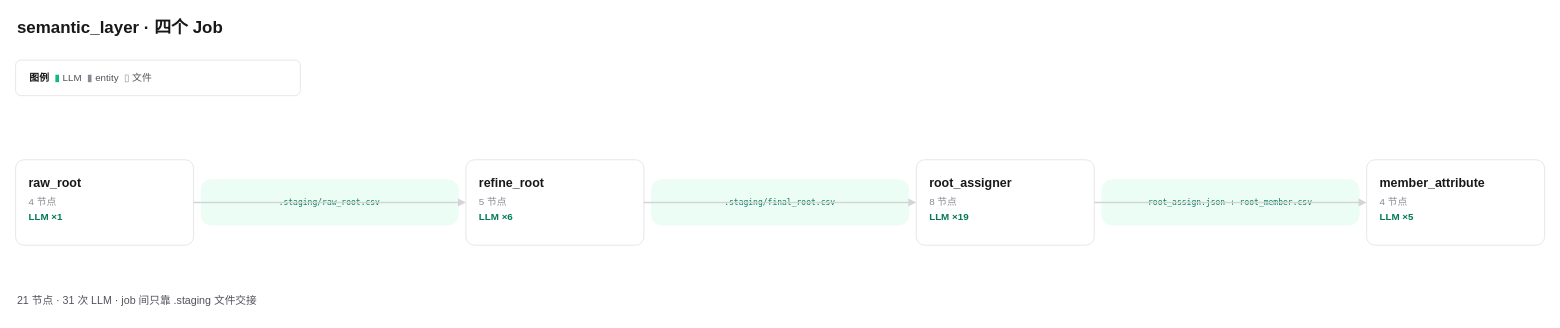
Before: page "overview" (1 of 5) of examples/data-governance/semantic_layer/job-topology.drawio in jixiedev/docorder, a draw.io diagram. Source tidied: cells renumbered, new cells numbered last; positions are measured from the earlier drawing's top-left corner, leaving out a move shared by most shapes. Both pictures are drawn from the tidied source at 89%, with x=0, y=0 at pixel (15, 15).
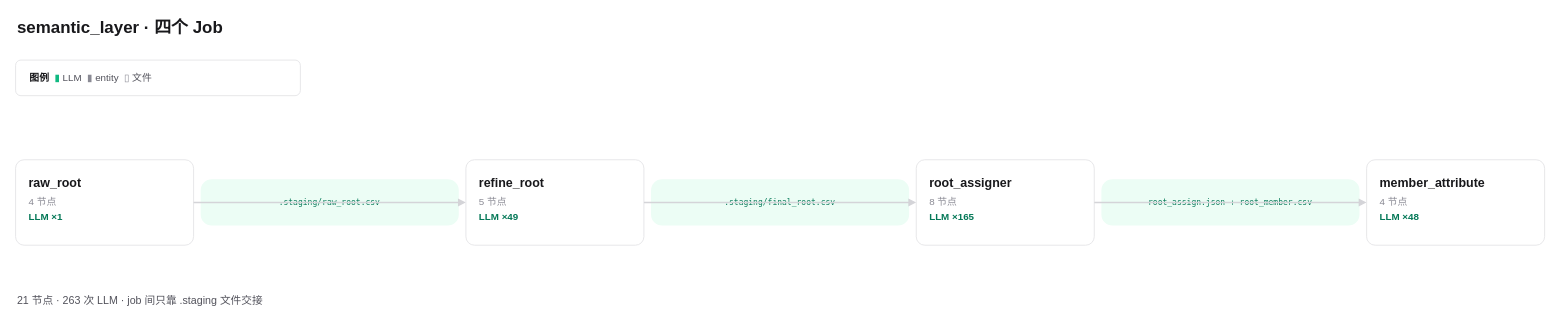
The same diagram, later.

The edit, as a diff of the source:
```diff
@@
 <mxGraphModel>
   <root>
     <mxCell id="0" />
     <mxCell id="1" parent="0" />
     <mxCell id="2" value="semantic_layer · 四个 Job" style="text;html=1;align=left;verticalAlign=middle;strokeColor=none;fillColor=none;fontSize=19;fontColor=#18181B;fontStyle=1;fontFamily=Helvetica;" parent="1" vertex="1">
       <mxGeometry width="520" height="28" as="geometry" />
     </mxCell>
     <mxCell id="3" value="&lt;b style=&quot;color:#18181B&quot;&gt;图例&lt;/b&gt;&amp;nbsp;&amp;nbsp;&lt;span style=&quot;color:#10B981&quot;&gt;▮&lt;/span&gt; LLM&amp;nbsp;&amp;nbsp;&lt;span style=&quot;color:#8A8A94&quot;&gt;▮&lt;/span&gt; entity&amp;nbsp;&amp;nbsp;&lt;span style=&quot;color:#8A8A94&quot;&gt;▯&lt;/span&gt; 文件" style="rounded=1;html=1;fillColor=#FFFFFF;strokeColor=#E4E4E7;align=left;verticalAlign=middle;spacingLeft=14;fontSize=11;fontFamily=Helvetica;fontColor=#52525B;" parent="1" vertex="1">
       <mxGeometry y="50" width="320" height="40" as="geometry" />
     </mxCell>
     <mxCell id="4" value="&lt;div style=&quot;font-size:14px;font-weight:bold;color:#18181B&quot;&gt;raw_root&lt;/div&gt;&lt;div style=&quot;font-size:11px;color:#8A8A94;margin-top:6px&quot;&gt;4 节点&lt;/div&gt;&lt;div style=&quot;font-size:11px;font-weight:bold;color:#047857;margin-top:4px&quot;&gt;LLM ×1&lt;/div&gt;" style="rounded=1;arcSize=10;html=1;align=left;verticalAlign=top;fillColor=#FFFFFF;strokeColor=#E4E4E7;spacingLeft=13;spacingTop=11;strokeWidth=1;fontFamily=Helvetica;" parent="1" vertex="1">
       <mxGeometry y="162" width="200" height="96" as="geometry" />
     </mxCell>
     <mxCell id="5" value=".staging/raw_root.csv" style="text;html=1;align=center;verticalAlign=middle;strokeColor=none;fillColor=#ECFDF5;rounded=1;fontSize=9;fontFamily=monospace;fontColor=#047857;arcSize=24;whiteSpace=wrap;" parent="1" vertex="1">
       <mxGeometry x="208" y="184" width="290" height="52" as="geometry" />
     </mxCell>
     <mxCell id="6" style="edgeStyle=orthogonalEdgeStyle;rounded=1;html=1;strokeColor=#D4D4D8;endArrow=block;endFill=1;endSize=5;strokeWidth=1.5;exitX=1;exitY=0.5;exitDx=0;exitDy=0;entryX=0;entryY=0.5;entryDx=0;entryDy=0;fontSize=10;fontColor=#8A8A94;labelBackgroundColor=#FAFAFA;fontFamily=Helvetica;verticalAlign=-1;" parent="1" edge="1" source="4" target="7">
       <mxGeometry relative="1" as="geometry" />
     </mxCell>
-    <mxCell id="7" value="&lt;div style=&quot;font-size:14px;font-weight:bold;color:#18181B&quot;&gt;refine_root&lt;/div&gt;&lt;div style=&quot;font-size:11px;color:#8A8A94;margin-top:6px&quot;&gt;5 节点&lt;/div&gt;&lt;div style=&quot;font-size:11px;font-weight:bold;color:#047857;margin-top:4px&quot;&gt;LLM ×6&lt;/div&gt;" style="rounded=1;arcSize=10;html=1;align=left;verticalAlign=top;fillColor=#FFFFFF;strokeColor=#E4E4E7;spacingLeft=13;spacingTop=11;strokeWidth=1;fontFamily=Helvetica;" parent="1" vertex="1">
+    <mxCell id="7" value="&lt;div style=&quot;font-size:14px;font-weight:bold;color:#18181B&quot;&gt;refine_root&lt;/div&gt;&lt;div style=&quot;font-size:11px;color:#8A8A94;margin-top:6px&quot;&gt;5 节点&lt;/div&gt;&lt;div style=&quot;font-size:11px;font-weight:bold;color:#047857;margin-top:4px&quot;&gt;LLM ×49&lt;/div&gt;" style="rounded=1;arcSize=10;html=1;align=left;verticalAlign=top;fillColor=#FFFFFF;strokeColor=#E4E4E7;spacingLeft=13;spacingTop=11;strokeWidth=1;fontFamily=Helvetica;" parent="1" vertex="1">
       <mxGeometry x="506" y="162" width="200" height="96" as="geometry" />
     </mxCell>
     <mxCell id="8" value=".staging/final_root.csv" style="text;html=1;align=center;verticalAlign=middle;strokeColor=none;fillColor=#ECFDF5;rounded=1;fontSize=9;fontFamily=monospace;fontColor=#047857;arcSize=24;whiteSpace=wrap;" parent="1" vertex="1">
       <mxGeometry x="714" y="184" width="290" height="52" as="geometry" />
     </mxCell>
     <mxCell id="9" style="edgeStyle=orthogonalEdgeStyle;rounded=1;html=1;strokeColor=#D4D4D8;endArrow=block;endFill=1;endSize=5;strokeWidth=1.5;exitX=1;exitY=0.5;exitDx=0;exitDy=0;entryX=0;entryY=0.5;entryDx=0;entryDy=0;fontSize=10;fontColor=#8A8A94;labelBackgroundColor=#FAFAFA;fontFamily=Helvetica;verticalAlign=-1;" parent="1" edge="1" source="7" target="10">
       <mxGeometry relative="1" as="geometry" />
     </mxCell>
-    <mxCell id="10" value="&lt;div style=&quot;font-size:14px;font-weight:bold;color:#18181B&quot;&gt;root_assigner&lt;/div&gt;&lt;div style=&quot;font-size:11px;color:#8A8A94;margin-top:6px&quot;&gt;8 节点&lt;/div&gt;&lt;div style=&quot;font-size:11px;font-weight:bold;color:#047857;margin-top:4px&quot;&gt;LLM ×19&lt;/div&gt;" style="rounded=1;arcSize=10;html=1;align=left;verticalAlign=top;fillColor=#FFFFFF;strokeColor=#E4E4E7;spacingLeft=13;spacingTop=11;strokeWidth=1;fontFamily=Helvetica;" parent="1" vertex="1">
+    <mxCell id="10" value="&lt;div style=&quot;font-size:14px;font-weight:bold;color:#18181B&quot;&gt;root_assigner&lt;/div&gt;&lt;div style=&quot;font-size:11px;color:#8A8A94;margin-top:6px&quot;&gt;8 节点&lt;/div&gt;&lt;div style=&quot;font-size:11px;font-weight:bold;color:#047857;margin-top:4px&quot;&gt;LLM ×165&lt;/div&gt;" style="rounded=1;arcSize=10;html=1;align=left;verticalAlign=top;fillColor=#FFFFFF;strokeColor=#E4E4E7;spacingLeft=13;spacingTop=11;strokeWidth=1;fontFamily=Helvetica;" parent="1" vertex="1">
       <mxGeometry x="1012" y="162" width="200" height="96" as="geometry" />
     </mxCell>
     <mxCell id="11" value="root_assign.json + root_member.csv" style="text;html=1;align=center;verticalAlign=middle;strokeColor=none;fillColor=#ECFDF5;rounded=1;fontSize=9;fontFamily=monospace;fontColor=#047857;arcSize=24;whiteSpace=wrap;" parent="1" vertex="1">
       <mxGeometry x="1220" y="184" width="290" height="52" as="geometry" />
     </mxCell>
     <mxCell id="12" style="edgeStyle=orthogonalEdgeStyle;rounded=1;html=1;strokeColor=#D4D4D8;endArrow=block;endFill=1;endSize=5;strokeWidth=1.5;exitX=1;exitY=0.5;exitDx=0;exitDy=0;entryX=0;entryY=0.5;entryDx=0;entryDy=0;fontSize=10;fontColor=#8A8A94;labelBackgroundColor=#FAFAFA;fontFamily=Helvetica;verticalAlign=-1;" parent="1" edge="1" source="10" target="13">
       <mxGeometry relative="1" as="geometry" />
     </mxCell>
-    <mxCell id="13" value="&lt;div style=&quot;font-size:14px;font-weight:bold;color:#18181B&quot;&gt;member_attribute&lt;/div&gt;&lt;div style=&quot;font-size:11px;color:#8A8A94;margin-top:6px&quot;&gt;4 节点&lt;/div&gt;&lt;div style=&quot;font-size:11px;font-weight:bold;color:#047857;margin-top:4px&quot;&gt;LLM ×5&lt;/div&gt;" style="rounded=1;arcSize=10;html=1;align=left;verticalAlign=top;fillColor=#FFFFFF;strokeColor=#E4E4E7;spacingLeft=13;spacingTop=11;strokeWidth=1;fontFamily=Helvetica;" parent="1" vertex="1">
+    <mxCell id="13" value="&lt;div style=&quot;font-size:14px;font-weight:bold;color:#18181B&quot;&gt;member_attribute&lt;/div&gt;&lt;div style=&quot;font-size:11px;color:#8A8A94;margin-top:6px&quot;&gt;4 节点&lt;/div&gt;&lt;div style=&quot;font-size:11px;font-weight:bold;color:#047857;margin-top:4px&quot;&gt;LLM ×48&lt;/div&gt;" style="rounded=1;arcSize=10;html=1;align=left;verticalAlign=top;fillColor=#FFFFFF;strokeColor=#E4E4E7;spacingLeft=13;spacingTop=11;strokeWidth=1;fontFamily=Helvetica;" parent="1" vertex="1">
       <mxGeometry x="1518" y="162" width="200" height="96" as="geometry" />
     </mxCell>
-    <mxCell id="14" value="21 节点 · 31 次 LLM · job 间只靠 .staging 文件交接" style="text;html=1;align=left;verticalAlign=middle;strokeColor=none;fillColor=none;fontSize=12;fontColor=#52525B;fontFamily=Helvetica;" parent="1" vertex="1">
+    <mxCell id="14" value="21 节点 · 263 次 LLM · job 间只靠 .staging 文件交接" style="text;html=1;align=left;verticalAlign=middle;strokeColor=none;fillColor=none;fontSize=12;fontColor=#52525B;fontFamily=Helvetica;" parent="1" vertex="1">
       <mxGeometry y="308" width="700" height="26" as="geometry" />
     </mxCell>
   </root>
 </mxGraphModel>
```
